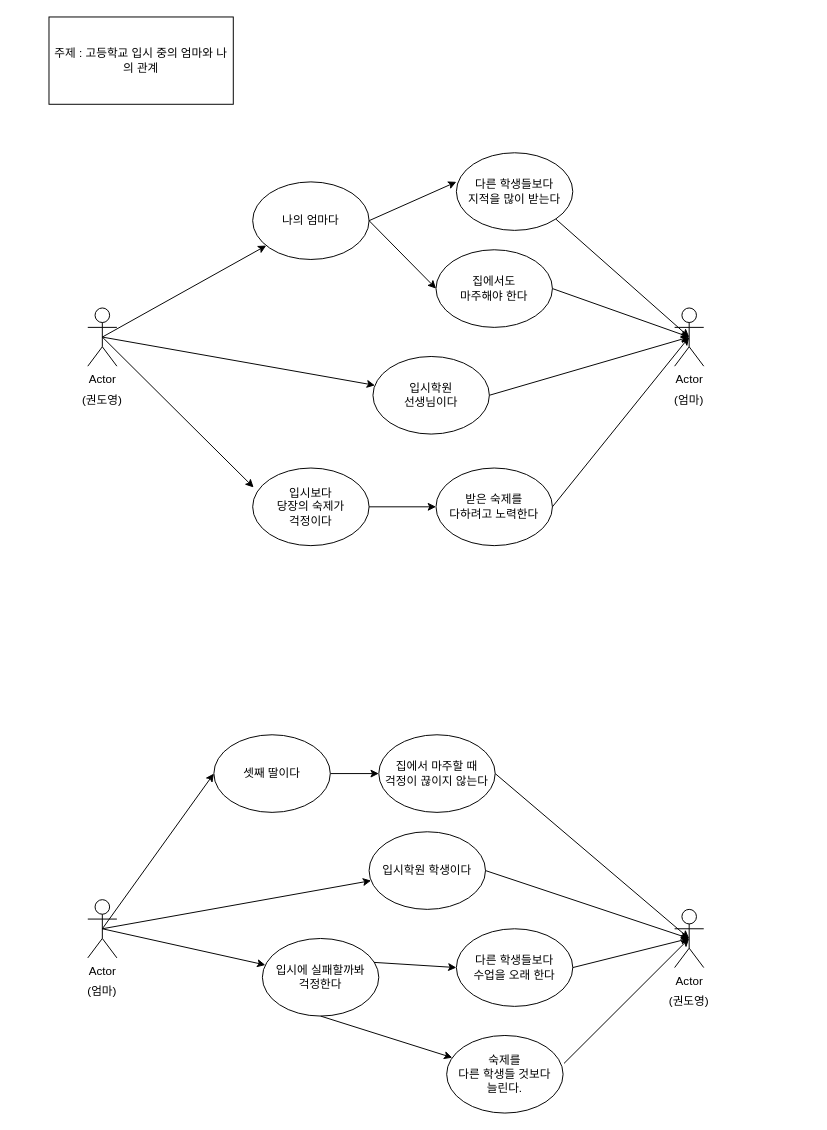
Before: 고등학교 입시 때의 엄마와 나의 관계 .drawio in doit0/usecase-diagram, a draw.io diagram. Source tidied: cells renumbered, new cells numbered last; positions are measured from the earlier drawing's top-left corner, leaving out a move shared by most shapes. Both pictures are drawn from the tidied source at 97%, with x=0, y=0 at pixel (48, 16).
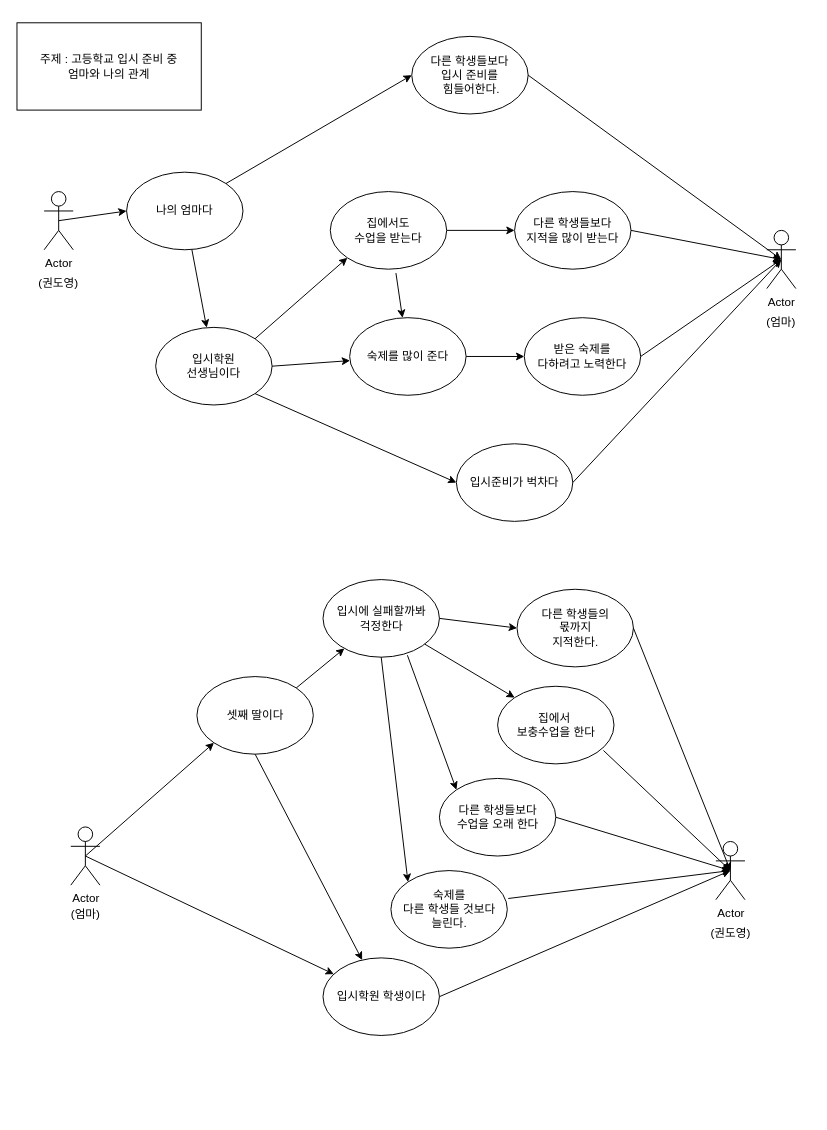
After the change.

Commit message:
고등학교 입시 때의 엄마와 나의 관계 .drawio 업데이트

Diff of the diagram source:
```diff
@@
     <mxCell id="2" value="Actor" style="shape=umlActor;verticalLabelPosition=bottom;verticalAlign=top;html=1;outlineConnect=0;" parent="1" vertex="1">
-      <mxGeometry x="40" y="300" width="30" height="60" as="geometry" />
+      <mxGeometry x="-5" y="180" width="30" height="60" as="geometry" />
     </mxCell>
     <mxCell id="3" value="Actor" style="shape=umlActor;verticalLabelPosition=bottom;verticalAlign=top;html=1;outlineConnect=0;" parent="1" vertex="1">
-      <mxGeometry x="40" y="910" width="30" height="60" as="geometry" />
+      <mxGeometry x="22.5" y="835" width="30" height="60" as="geometry" />
     </mxCell>
     <mxCell id="4" value="(권도영)" style="text;html=1;strokeColor=none;fillColor=none;align=center;verticalAlign=middle;whiteSpace=wrap;rounded=0;" parent="1" vertex="1">
-      <mxGeometry x="25" y="380" width="60" height="30" as="geometry" />
+      <mxGeometry x="-20" y="260" width="60" height="30" as="geometry" />
     </mxCell>
     <mxCell id="5" value="(엄마)" style="text;html=1;strokeColor=none;fillColor=none;align=center;verticalAlign=middle;whiteSpace=wrap;rounded=0;" parent="1" vertex="1">
-      <mxGeometry x="25" y="990" width="60" height="30" as="geometry" />
+      <mxGeometry x="7.5" y="910" width="60" height="30" as="geometry" />
     </mxCell>
     <mxCell id="6" value="Actor" style="shape=umlActor;verticalLabelPosition=bottom;verticalAlign=top;html=1;outlineConnect=0;" parent="1" vertex="1">
-      <mxGeometry x="645" y="300" width="30" height="60" as="geometry" />
+      <mxGeometry x="740" y="220" width="30" height="60" as="geometry" />
     </mxCell>
     <mxCell id="7" value="(엄마)" style="text;html=1;strokeColor=none;fillColor=none;align=center;verticalAlign=middle;whiteSpace=wrap;rounded=0;" parent="1" vertex="1">
-      <mxGeometry x="630" y="380" width="60" height="30" as="geometry" />
+      <mxGeometry x="725" y="300" width="60" height="30" as="geometry" />
     </mxCell>
     <mxCell id="8" value="Actor" style="shape=umlActor;verticalLabelPosition=bottom;verticalAlign=top;html=1;outlineConnect=0;" parent="1" vertex="1">
-      <mxGeometry x="645" y="920" width="30" height="60" as="geometry" />
+      <mxGeometry x="687.5" y="850" width="30" height="60" as="geometry" />
     </mxCell>
     <mxCell id="9" value="(권도영)" style="text;html=1;strokeColor=none;fillColor=none;align=center;verticalAlign=middle;whiteSpace=wrap;rounded=0;" parent="1" vertex="1">
-      <mxGeometry x="630" y="1000" width="60" height="30" as="geometry" />
+      <mxGeometry x="672.5" y="930" width="60" height="30" as="geometry" />
     </mxCell>
-    <mxCell id="10" style="endArrow=classic;html=1;rounded=0;exitX=0.5;exitY=0.5;exitDx=0;exitDy=0;exitPerimeter=0;" parent="1" edge="1" source="2" target="11">
+    <mxCell id="10" style="endArrow=classic;html=1;rounded=0;entryX=0;entryY=0.5;entryDx=0;entryDy=0;exitX=0.5;exitY=0.5;exitDx=0;exitDy=0;exitPerimeter=0;" parent="1" edge="1" source="2" target="11">
       <mxGeometry relative="1" as="geometry" />
     </mxCell>
     <mxCell id="11" value="나의 엄마다" style="ellipse;whiteSpace=wrap;html=1;" parent="1" vertex="1">
-      <mxGeometry x="210" y="170" width="120" height="80" as="geometry" />
+      <mxGeometry x="80" y="160" width="120" height="80" as="geometry" />
     </mxCell>
-    <mxCell id="12" style="endArrow=classic;html=1;rounded=0;exitX=0.5;exitY=0.5;exitDx=0;exitDy=0;exitPerimeter=0;" parent="1" edge="1" source="2" target="13">
+    <mxCell id="12" style="endArrow=classic;html=1;rounded=0;" parent="1" edge="1" source="11" target="13">
       <mxGeometry relative="1" as="geometry" />
     </mxCell>
     <mxCell id="13" value="입시학원&lt;br&gt;선생님이다" style="ellipse;whiteSpace=wrap;html=1;" parent="1" vertex="1">
-      <mxGeometry x="334" y="350" width="120" height="80" as="geometry" />
+      <mxGeometry x="110" y="320" width="120" height="80" as="geometry" />
     </mxCell>
-    <mxCell id="14" style="endArrow=classic;html=1;rounded=0;exitX=0.5;exitY=0.5;exitDx=0;exitDy=0;exitPerimeter=0;entryX=0.008;entryY=0.25;entryDx=0;entryDy=0;entryPerimeter=0;" parent="1" edge="1" source="2" target="16">
+    <mxCell id="14" style="endArrow=classic;html=1;rounded=0;exitX=1;exitY=0.5;exitDx=0;exitDy=0;" parent="1" edge="1" source="13" target="16">
       <mxGeometry relative="1" as="geometry" />
     </mxCell>
     <mxCell id="15" value="받은 숙제를 &lt;br&gt;다하려고 노력한다" style="ellipse;whiteSpace=wrap;html=1;" parent="1" vertex="1">
-      <mxGeometry x="399" y="465" width="120" height="80" as="geometry" />
+      <mxGeometry x="490" y="310" width="120" height="80" as="geometry" />
     </mxCell>
-    <mxCell id="16" value="입시보다 &lt;br&gt;당장의 숙제가 &lt;br&gt;걱정이다" style="ellipse;whiteSpace=wrap;html=1;" parent="1" vertex="1">
-      <mxGeometry x="210" y="465" width="120" height="80" as="geometry" />
+    <mxCell id="16" value="숙제를 많이 준다" style="ellipse;whiteSpace=wrap;html=1;" parent="1" vertex="1">
+      <mxGeometry x="310" y="310" width="120" height="80" as="geometry" />
     </mxCell>
-    <mxCell id="17" style="endArrow=classic;html=1;rounded=0;exitX=0.5;exitY=0.5;exitDx=0;exitDy=0;exitPerimeter=0;entryX=0;entryY=0.5;entryDx=0;entryDy=0;" parent="1" edge="1" source="3" target="19">
+    <mxCell id="17" style="endArrow=classic;html=1;rounded=0;exitX=0.5;exitY=0.5;exitDx=0;exitDy=0;exitPerimeter=0;entryX=0;entryY=1;entryDx=0;entryDy=0;" parent="1" edge="1" source="3" target="19">
       <mxGeometry relative="1" as="geometry" />
     </mxCell>
-    <mxCell id="18" style="edgeStyle=orthogonalEdgeStyle;rounded=0;jettySize=auto;html=1;" parent="1" edge="1" source="19" target="42">
-      <mxGeometry relative="1" as="geometry" />
-    </mxCell>
     <mxCell id="19" value="셋째 딸이다" style="ellipse;whiteSpace=wrap;html=1;" parent="1" vertex="1">
-      <mxGeometry x="170" y="740" width="120" height="80" as="geometry" />
+      <mxGeometry x="152.5" y="680" width="120" height="80" as="geometry" />
     </mxCell>
@@
     <mxCell id="21" value="입시학원 학생이다" style="ellipse;whiteSpace=wrap;html=1;" parent="1" vertex="1">
-      <mxGeometry x="330" y="840" width="120" height="80" as="geometry" />
+      <mxGeometry x="282.5" y="970" width="120" height="80" as="geometry" />
     </mxCell>
-    <mxCell id="22" style="endArrow=classic;html=1;rounded=0;exitX=0.5;exitY=0.5;exitDx=0;exitDy=0;exitPerimeter=0;" parent="1" edge="1" source="3" target="23">
+    <mxCell id="22" style="endArrow=classic;html=1;rounded=0;exitX=1;exitY=0;exitDx=0;exitDy=0;" parent="1" edge="1" source="19" target="23">
       <mxGeometry relative="1" as="geometry" />
     </mxCell>
     <mxCell id="23" value="입시에 실패할까봐 &lt;br&gt;걱정한다" style="ellipse;whiteSpace=wrap;html=1;" parent="1" vertex="1">
-      <mxGeometry x="220" y="950" width="120" height="80" as="geometry" />
+      <mxGeometry x="282.5" y="580" width="120" height="80" as="geometry" />
     </mxCell>
-    <mxCell id="24" style="endArrow=classic;html=1;rounded=0;exitX=0.5;exitY=1;exitDx=0;exitDy=0;" parent="1" edge="1" source="23" target="25">
+    <mxCell id="24" style="endArrow=classic;html=1;rounded=0;entryX=0;entryY=0;entryDx=0;entryDy=0;" parent="1" edge="1" source="23" target="42">
       <mxGeometry relative="1" as="geometry" />
     </mxCell>
     <mxCell id="25" value="숙제를&lt;br&gt;다른 학생들 것보다&lt;br&gt;늘린다." style="ellipse;whiteSpace=wrap;html=1;" parent="1" vertex="1">
-      <mxGeometry x="410" y="1050" width="120" height="80" as="geometry" />
+      <mxGeometry x="352.5" y="880" width="120" height="80" as="geometry" />
     </mxCell>
@@
-    <mxCell id="27" style="endArrow=classic;html=1;rounded=0;exitX=0.958;exitY=0.308;exitDx=0;exitDy=0;exitPerimeter=0;entryX=0;entryY=0.5;entryDx=0;entryDy=0;" parent="1" edge="1" source="23" target="28">
+    <mxCell id="27" style="endArrow=classic;html=1;rounded=0;exitX=1;exitY=0.5;exitDx=0;exitDy=0;entryX=0;entryY=0.5;entryDx=0;entryDy=0;" parent="1" edge="1" source="23" target="45">
       <mxGeometry relative="1" as="geometry" />
     </mxCell>
     <mxCell id="28" value="다른 학생들보다&lt;br&gt;수업을 오래 한다" style="ellipse;whiteSpace=wrap;html=1;" parent="1" vertex="1">
-      <mxGeometry x="420" y="940" width="120" height="80" as="geometry" />
+      <mxGeometry x="402.5" y="785" width="120" height="80" as="geometry" />
     </mxCell>
     <mxCell id="29" style="endArrow=classic;html=1;rounded=0;exitX=1;exitY=0.5;exitDx=0;exitDy=0;" parent="1" edge="1" source="28">
       <mxGeometry relative="1" as="geometry">
-        <mxPoint x="660" y="950" as="targetPoint" />
+        <mxPoint x="702.5" y="880" as="targetPoint" />
       </mxGeometry>
     </mxCell>
-    <mxCell id="30" style="endArrow=classic;html=1;rounded=0;exitX=1;exitY=0.5;exitDx=0;exitDy=0;" parent="1" edge="1" source="21">
-      <mxGeometry relative="1" as="geometry">
-        <mxPoint x="660" y="950" as="targetPoint" />
-      </mxGeometry>
+    <mxCell id="30" style="endArrow=classic;html=1;rounded=0;entryX=0;entryY=0;entryDx=0;entryDy=0;exitX=0.725;exitY=0.975;exitDx=0;exitDy=0;exitPerimeter=0;" parent="1" edge="1" source="23" target="28">
+      <mxGeometry relative="1" as="geometry" />
     </mxCell>
-    <mxCell id="31" style="endArrow=classic;html=1;rounded=0;entryX=0.5;entryY=0.5;entryDx=0;entryDy=0;entryPerimeter=0;exitX=1;exitY=0.5;exitDx=0;exitDy=0;" parent="1" edge="1" source="42" target="8">
+    <mxCell id="31" style="endArrow=classic;html=1;rounded=0;entryX=0.5;entryY=0.5;entryDx=0;entryDy=0;entryPerimeter=0;exitX=0.909;exitY=0.827;exitDx=0;exitDy=0;exitPerimeter=0;" parent="1" edge="1" source="42" target="8">
       <mxGeometry relative="1" as="geometry" />
     </mxCell>
-    <mxCell id="32" style="endArrow=classic;html=1;rounded=0;exitX=1;exitY=0.5;exitDx=0;exitDy=0;entryX=0;entryY=0.375;entryDx=0;entryDy=0;entryPerimeter=0;" parent="1" edge="1" source="11" target="37">
+    <mxCell id="32" style="endArrow=classic;html=1;rounded=0;exitX=1;exitY=0.5;exitDx=0;exitDy=0;" parent="1" edge="1" source="43" target="37">
       <mxGeometry relative="1" as="geometry" />
     </mxCell>
-    <mxCell id="33" style="endArrow=classic;html=1;rounded=0;exitX=1;exitY=0.5;exitDx=0;exitDy=0;entryX=0.5;entryY=0.5;entryDx=0;entryDy=0;entryPerimeter=0;" parent="1" edge="1" source="13" target="6">
+    <mxCell id="33" style="endArrow=classic;html=1;rounded=0;exitX=1;exitY=0;exitDx=0;exitDy=0;entryX=0;entryY=0.5;entryDx=0;entryDy=0;" parent="1" edge="1" source="11" target="50">
       <mxGeometry relative="1" as="geometry" />
     </mxCell>
@@
-    <mxCell id="36" value="주제 : 고등학교 입시 중의 엄마와 나의 관계" style="rounded=0;whiteSpace=wrap;html=1;" parent="1" vertex="1">
-      <mxGeometry width="190" height="90" as="geometry" />
+    <mxCell id="36" value="주제 : 고등학교 입시 준비 중&lt;br&gt;엄마와 나의 관계" style="rounded=0;whiteSpace=wrap;html=1;" parent="1" vertex="1">
+      <mxGeometry x="-33" y="6" width="190" height="90" as="geometry" />
     </mxCell>
     <mxCell id="37" value="다른 학생들보다&lt;br&gt;지적을 많이 받는다" style="ellipse;whiteSpace=wrap;html=1;" parent="1" vertex="1">
-      <mxGeometry x="420" y="140" width="120" height="80" as="geometry" />
+      <mxGeometry x="480" y="180" width="120" height="80" as="geometry" />
     </mxCell>
-    <mxCell id="38" style="endArrow=classic;html=1;rounded=0;exitX=1;exitY=1;exitDx=0;exitDy=0;entryX=0.5;entryY=0.5;entryDx=0;entryDy=0;entryPerimeter=0;" parent="1" edge="1" source="37" target="6">
+    <mxCell id="38" style="endArrow=classic;html=1;rounded=0;exitX=1;exitY=0.5;exitDx=0;exitDy=0;entryX=0.5;entryY=0.5;entryDx=0;entryDy=0;entryPerimeter=0;" parent="1" edge="1" source="37" target="6">
       <mxGeometry relative="1" as="geometry" />
     </mxCell>
-    <mxCell id="39" style="endArrow=classic;html=1;rounded=0;exitX=1;exitY=0.5;exitDx=0;exitDy=0;entryX=0;entryY=0.5;entryDx=0;entryDy=0;" parent="1" edge="1" source="11" target="40">
+    <mxCell id="39" style="endArrow=classic;html=1;rounded=0;exitX=1;exitY=0;exitDx=0;exitDy=0;entryX=0;entryY=1;entryDx=0;entryDy=0;" parent="1" edge="1" source="13" target="43">
       <mxGeometry relative="1" as="geometry" />
     </mxCell>
-    <mxCell id="40" value="집에서도 &lt;br&gt;마주해야 한다" style="ellipse;whiteSpace=wrap;html=1;" parent="1" vertex="1">
-      <mxGeometry x="399" y="240" width="120" height="80" as="geometry" />
-    </mxCell>
-    <mxCell id="41" style="endArrow=classic;html=1;rounded=0;exitX=1;exitY=0.5;exitDx=0;exitDy=0;entryX=0.5;entryY=0.5;entryDx=0;entryDy=0;entryPerimeter=0;" parent="1" edge="1" source="40" target="6">
+    <mxCell id="41" style="endArrow=classic;html=1;rounded=0;exitX=0.564;exitY=1.05;exitDx=0;exitDy=0;exitPerimeter=0;" parent="1" edge="1" source="43" target="16">
       <mxGeometry relative="1" as="geometry" />
     </mxCell>
-    <mxCell id="42" value="집에서 마주할 때&lt;br&gt;걱정이 끊이지 않는다" style="ellipse;whiteSpace=wrap;html=1;" parent="1" vertex="1">
-      <mxGeometry x="340" y="740" width="120" height="80" as="geometry" />
+    <mxCell id="42" value="집에서&amp;nbsp;&lt;br&gt;보충수업을 한다" style="ellipse;whiteSpace=wrap;html=1;" parent="1" vertex="1">
+      <mxGeometry x="462.5" y="690" width="120" height="80" as="geometry" />
     </mxCell>
+    <mxCell id="43" value="집에서도 &lt;br&gt;수업을 받는다" style="ellipse;whiteSpace=wrap;html=1;" parent="1" vertex="1">
+      <mxGeometry x="290" y="180" width="120" height="80" as="geometry" />
+    </mxCell>
+    <mxCell id="44" style="endArrow=classic;html=1;rounded=0;exitX=1;exitY=0.5;exitDx=0;exitDy=0;entryX=0.5;entryY=0.5;entryDx=0;entryDy=0;entryPerimeter=0;" parent="1" edge="1" source="21" target="8">
+      <mxGeometry relative="1" as="geometry" />
+    </mxCell>
+    <mxCell id="45" value="다른 학생들의 &lt;br&gt;몫까지&lt;br&gt;지적한다." style="ellipse;whiteSpace=wrap;html=1;" parent="1" vertex="1">
+      <mxGeometry x="482.5" y="590" width="120" height="80" as="geometry" />
+    </mxCell>
+    <mxCell id="46" style="endArrow=classic;html=1;rounded=0;exitX=1;exitY=0.5;exitDx=0;exitDy=0;" parent="1" edge="1" source="45">
+      <mxGeometry relative="1" as="geometry">
+        <mxPoint x="702.5" y="880" as="targetPoint" />
+      </mxGeometry>
+    </mxCell>
+    <mxCell id="47" style="endArrow=classic;html=1;rounded=0;exitX=1;exitY=1;exitDx=0;exitDy=0;entryX=0;entryY=0.5;entryDx=0;entryDy=0;" parent="1" edge="1" source="13" target="48">
+      <mxGeometry relative="1" as="geometry" />
+    </mxCell>
+    <mxCell id="48" value="입시준비가 벅차다" style="ellipse;whiteSpace=wrap;html=1;" parent="1" vertex="1">
+      <mxGeometry x="420" y="440" width="120" height="80" as="geometry" />
+    </mxCell>
+    <mxCell id="49" style="endArrow=classic;html=1;rounded=0;exitX=1;exitY=0.5;exitDx=0;exitDy=0;entryX=0.5;entryY=0.5;entryDx=0;entryDy=0;entryPerimeter=0;" parent="1" edge="1" source="48" target="6">
+      <mxGeometry relative="1" as="geometry" />
+    </mxCell>
+    <mxCell id="50" value="다른 학생들보다&lt;br&gt;입시 준비를&lt;br&gt;&amp;nbsp;힘들어한다." style="ellipse;whiteSpace=wrap;html=1;" parent="1" vertex="1">
+      <mxGeometry x="374" y="20" width="120" height="80" as="geometry" />
+    </mxCell>
+    <mxCell id="51" style="endArrow=classic;html=1;rounded=0;exitX=1;exitY=0.5;exitDx=0;exitDy=0;entryX=0.5;entryY=0.5;entryDx=0;entryDy=0;entryPerimeter=0;" parent="1" edge="1" source="50" target="6">
+      <mxGeometry relative="1" as="geometry" />
+    </mxCell>
+    <mxCell id="52" style="endArrow=classic;html=1;rounded=0;entryX=0;entryY=0;entryDx=0;entryDy=0;exitX=0.5;exitY=1;exitDx=0;exitDy=0;" parent="1" edge="1" source="23" target="25">
+      <mxGeometry relative="1" as="geometry" />
+    </mxCell>
+    <mxCell id="53" style="endArrow=classic;html=1;rounded=0;exitX=0.5;exitY=1;exitDx=0;exitDy=0;" parent="1" edge="1" source="19" target="21">
+      <mxGeometry relative="1" as="geometry" />
+    </mxCell>
```
